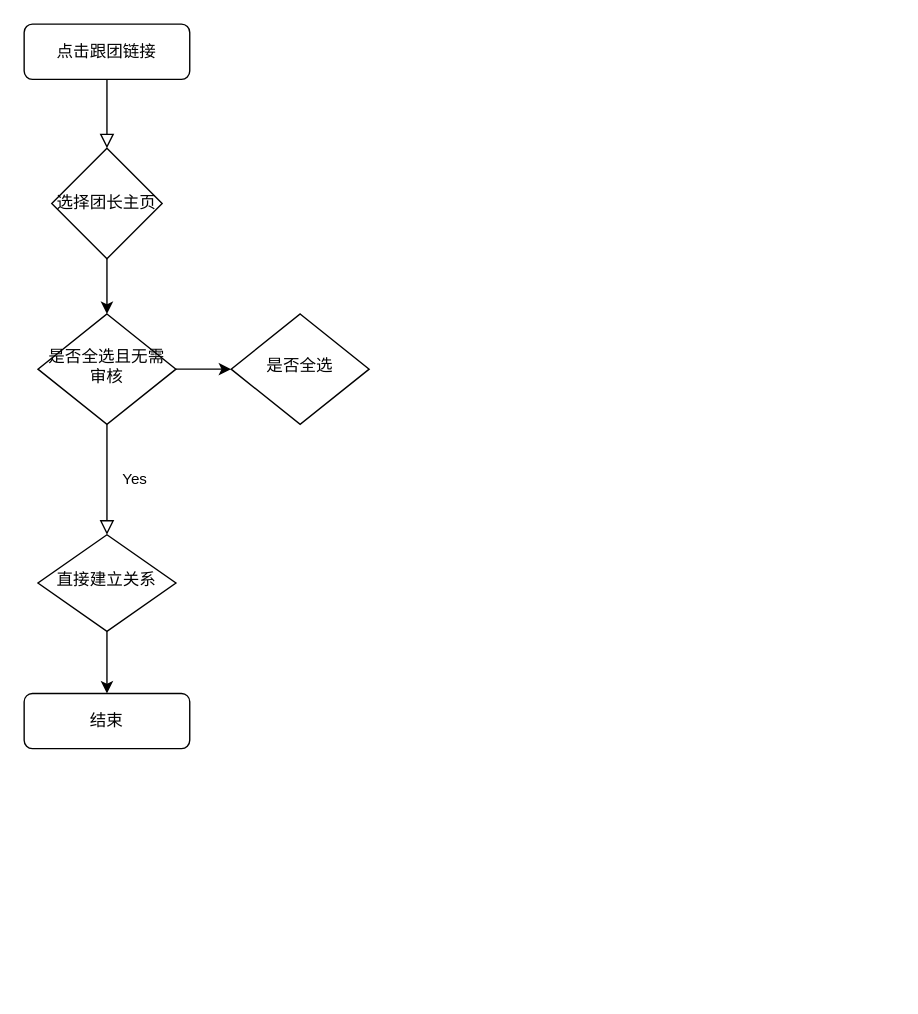
Above: 活动跟团关系管理.drawio in Luffybaga/draw (draw.io), before the change. Source tidied: cells renumbered, new cells numbered last; positions are measured from the earlier drawing's top-left corner, leaving out a move shared by most shapes. Both pictures are drawn from the tidied source at 138%, with x=0, y=0 at pixel (23, 23).
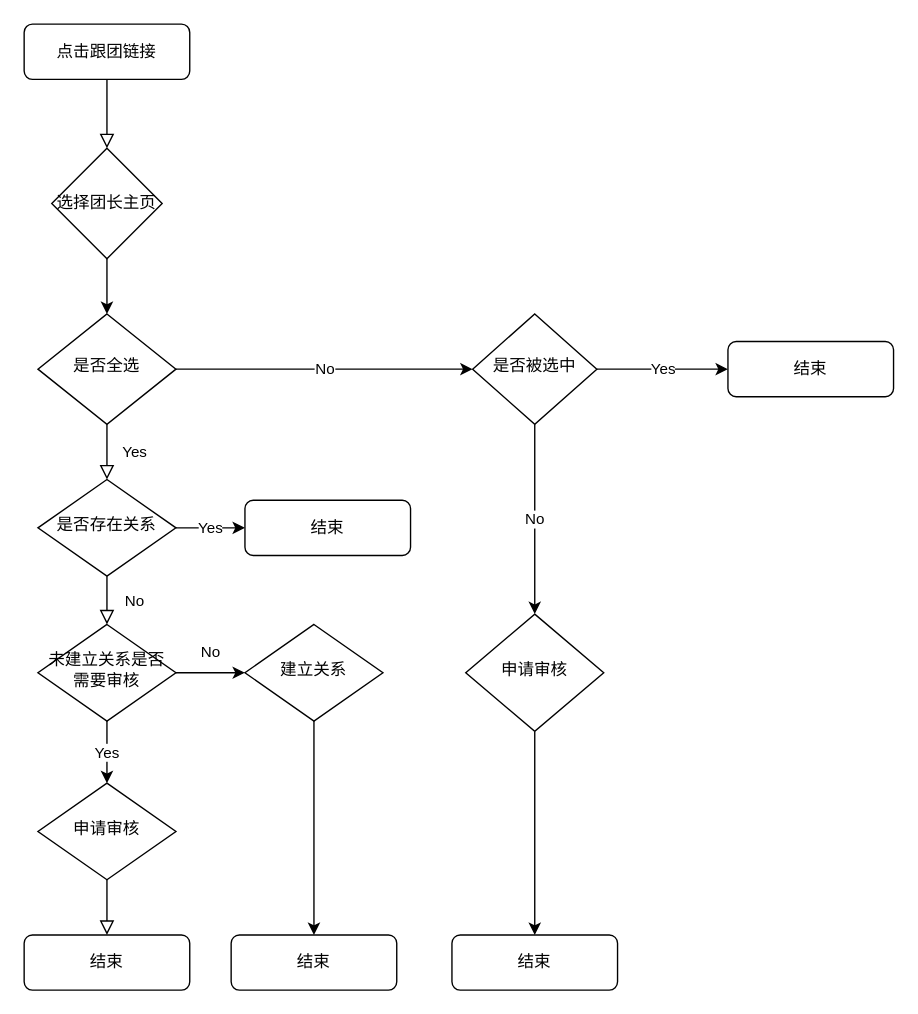
After the change.

Commit message:
更新活动跟团关系管理.drawio

What changed in the source:
```diff
@@
-    <mxCell id="5" style="edgeStyle=orthogonalEdgeStyle;rounded=0;jettySize=auto;html=1;" parent="1" edge="1" source="6" target="12">
+    <mxCell id="5" value="No" style="edgeStyle=orthogonalEdgeStyle;rounded=0;jettySize=auto;html=1;" parent="1" edge="1" source="6" target="12">
       <mxGeometry relative="1" as="geometry" />
     </mxCell>
-    <mxCell id="6" value="是否全选且无需审核" style="rhombus;whiteSpace=wrap;html=1;shadow=0;fontFamily=Helvetica;fontSize=12;align=center;strokeWidth=1;spacing=6;spacingTop=-4;" parent="1" vertex="1">
+    <mxCell id="6" value="是否全选" style="rhombus;whiteSpace=wrap;html=1;shadow=0;fontFamily=Helvetica;fontSize=12;align=center;strokeWidth=1;spacing=6;spacingTop=-4;" parent="1" vertex="1">
       <mxGeometry x="10" y="210" width="100" height="80" as="geometry" />
     </mxCell>
-    <mxCell id="7" style="edgeStyle=orthogonalEdgeStyle;rounded=0;jettySize=auto;html=1;entryX=0.5;entryY=0;entryDx=0;entryDy=0;" parent="1" edge="1" source="8" target="9">
-      <mxGeometry relative="1" as="geometry" />
-    </mxCell>
+    <mxCell id="13" value="Yes" style="edgeStyle=orthogonalEdgeStyle;rounded=0;jettySize=auto;html=1;" parent="1" edge="1" source="8" target="25">
+      <mxGeometry relative="1" as="geometry" />
+    </mxCell>
-    <mxCell id="8" value="直接建立关系" style="rhombus;whiteSpace=wrap;html=1;shadow=0;fontFamily=Helvetica;fontSize=12;align=center;strokeWidth=1;spacing=6;spacingTop=-4;" parent="1" vertex="1">
-      <mxGeometry x="10" y="370" width="100" height="70" as="geometry" />
+    <mxCell id="8" value="是否存在关系" style="rhombus;whiteSpace=wrap;html=1;shadow=0;fontFamily=Helvetica;fontSize=12;align=center;strokeWidth=1;spacing=6;spacingTop=-4;" parent="1" vertex="1">
+      <mxGeometry x="10" y="330" width="100" height="70" as="geometry" />
     </mxCell>
     <mxCell id="9" value="结束" style="rounded=1;whiteSpace=wrap;html=1;fontSize=12;glass=0;strokeWidth=1;shadow=0;" parent="1" vertex="1">
-      <mxGeometry y="485" width="120" height="40" as="geometry" />
+      <mxGeometry x="150" y="660" width="120" height="40" as="geometry" />
     </mxCell>
@@
+    <mxCell id="14" value="No" style="edgeStyle=orthogonalEdgeStyle;rounded=0;jettySize=auto;html=1;" parent="1" edge="1" source="12" target="27">
+      <mxGeometry relative="1" as="geometry" />
+    </mxCell>
+    <mxCell id="15" value="Yes" style="edgeStyle=orthogonalEdgeStyle;rounded=0;jettySize=auto;html=1;entryX=0;entryY=0.5;entryDx=0;entryDy=0;" parent="1" edge="1" source="12" target="28">
+      <mxGeometry relative="1" as="geometry" />
+    </mxCell>
-    <mxCell id="12" value="是否全选" style="rhombus;whiteSpace=wrap;html=1;shadow=0;fontFamily=Helvetica;fontSize=12;align=center;strokeWidth=1;spacing=6;spacingTop=-4;" parent="1" vertex="1">
-      <mxGeometry x="150" y="210" width="100" height="80" as="geometry" />
+    <mxCell id="12" value="是否被选中" style="rhombus;whiteSpace=wrap;html=1;shadow=0;fontFamily=Helvetica;fontSize=12;align=center;strokeWidth=1;spacing=6;spacingTop=-4;" parent="1" vertex="1">
+      <mxGeometry x="325" y="210" width="90" height="80" as="geometry" />
     </mxCell>
+    <mxCell id="16" value="No" style="rounded=0;html=1;jettySize=auto;fontSize=11;endArrow=block;endFill=0;endSize=8;strokeWidth=1;shadow=0;labelBackgroundColor=none;edgeStyle=orthogonalEdgeStyle;exitX=0.5;exitY=1;exitDx=0;exitDy=0;entryX=0.5;entryY=0;entryDx=0;entryDy=0;" parent="1" edge="1" source="8" target="20">
+      <mxGeometry y="20" relative="1" as="geometry" />
+    </mxCell>
+    <mxCell id="17" value="结束" style="rounded=1;whiteSpace=wrap;html=1;fontSize=12;glass=0;strokeWidth=1;shadow=0;" parent="1" vertex="1">
+      <mxGeometry y="660" width="120" height="40" as="geometry" />
+    </mxCell>
+    <mxCell id="18" value="No" style="edgeStyle=orthogonalEdgeStyle;rounded=0;jettySize=auto;html=1;exitX=1;exitY=0.5;exitDx=0;exitDy=0;" parent="1" edge="1" source="20" target="23">
+      <mxGeometry y="15" relative="1" as="geometry" />
+    </mxCell>
+    <mxCell id="19" value="Yes" style="edgeStyle=orthogonalEdgeStyle;rounded=0;jettySize=auto;html=1;exitX=0.5;exitY=1;exitDx=0;exitDy=0;" parent="1" edge="1" source="20" target="24">
+      <mxGeometry relative="1" as="geometry" />
+    </mxCell>
+    <mxCell id="20" value="未建立关系是否需要审核" style="rhombus;whiteSpace=wrap;html=1;shadow=0;fontFamily=Helvetica;fontSize=12;align=center;strokeWidth=1;spacing=6;spacingTop=-4;" parent="1" vertex="1">
+      <mxGeometry x="10" y="435" width="100" height="70" as="geometry" />
+    </mxCell>
+    <mxCell id="21" style="rounded=0;html=1;jettySize=auto;fontSize=11;endArrow=block;endFill=0;endSize=8;strokeWidth=1;shadow=0;labelBackgroundColor=none;edgeStyle=orthogonalEdgeStyle;entryX=0.5;entryY=0;entryDx=0;entryDy=0;exitX=0.5;exitY=1;exitDx=0;exitDy=0;" parent="1" edge="1" source="24" target="17">
+      <mxGeometry y="20" relative="1" as="geometry" />
+    </mxCell>
+    <mxCell id="22" style="edgeStyle=orthogonalEdgeStyle;rounded=0;jettySize=auto;html=1;exitX=0.5;exitY=1;exitDx=0;exitDy=0;entryX=0.5;entryY=0;entryDx=0;entryDy=0;" parent="1" edge="1" source="23" target="9">
+      <mxGeometry relative="1" as="geometry" />
+    </mxCell>
+    <mxCell id="23" value="建立关系" style="rhombus;whiteSpace=wrap;html=1;shadow=0;fontFamily=Helvetica;fontSize=12;align=center;strokeWidth=1;spacing=6;spacingTop=-4;" parent="1" vertex="1">
+      <mxGeometry x="160" y="435" width="100" height="70" as="geometry" />
+    </mxCell>
+    <mxCell id="24" value="申请审核" style="rhombus;whiteSpace=wrap;html=1;shadow=0;fontFamily=Helvetica;fontSize=12;align=center;strokeWidth=1;spacing=6;spacingTop=-4;" parent="1" vertex="1">
+      <mxGeometry x="10" y="550" width="100" height="70" as="geometry" />
+    </mxCell>
+    <mxCell id="25" value="结束" style="rounded=1;whiteSpace=wrap;html=1;fontSize=12;glass=0;strokeWidth=1;shadow=0;" parent="1" vertex="1">
+      <mxGeometry x="160" y="345" width="120" height="40" as="geometry" />
+    </mxCell>
+    <mxCell id="26" style="edgeStyle=orthogonalEdgeStyle;rounded=0;jettySize=auto;html=1;exitX=0.5;exitY=1;exitDx=0;exitDy=0;entryX=0.5;entryY=0;entryDx=0;entryDy=0;" parent="1" edge="1" source="27" target="29">
+      <mxGeometry relative="1" as="geometry" />
+    </mxCell>
+    <mxCell id="27" value="申请审核" style="rhombus;whiteSpace=wrap;html=1;shadow=0;fontFamily=Helvetica;fontSize=12;align=center;strokeWidth=1;spacing=6;spacingTop=-4;" parent="1" vertex="1">
+      <mxGeometry x="320" y="427.5" width="100" height="85" as="geometry" />
+    </mxCell>
+    <mxCell id="28" value="结束" style="rounded=1;whiteSpace=wrap;html=1;fontSize=12;glass=0;strokeWidth=1;shadow=0;" parent="1" vertex="1">
+      <mxGeometry x="510" y="230" width="120" height="40" as="geometry" />
+    </mxCell>
+    <mxCell id="29" value="结束" style="rounded=1;whiteSpace=wrap;html=1;fontSize=12;glass=0;strokeWidth=1;shadow=0;" parent="1" vertex="1">
+      <mxGeometry x="310" y="660" width="120" height="40" as="geometry" />
+    </mxCell>
```
